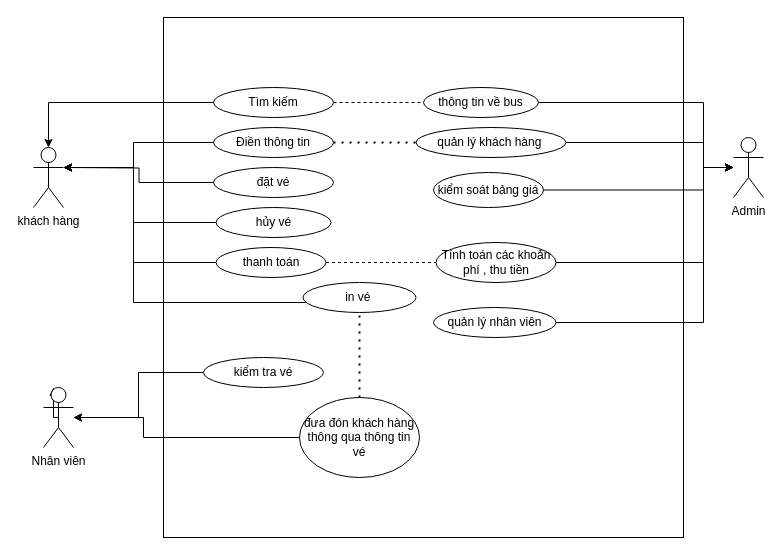
Above: Untitled Diagram.drawio in nguyennhan1998/group1-sem3 (draw.io), before the change. Source tidied: cells renumbered, new cells numbered last; positions are measured from the earlier drawing's top-left corner, leaving out a move shared by most shapes. Both pictures are drawn from the tidied source at 100%, with x=0, y=0 at pixel (33, 17).
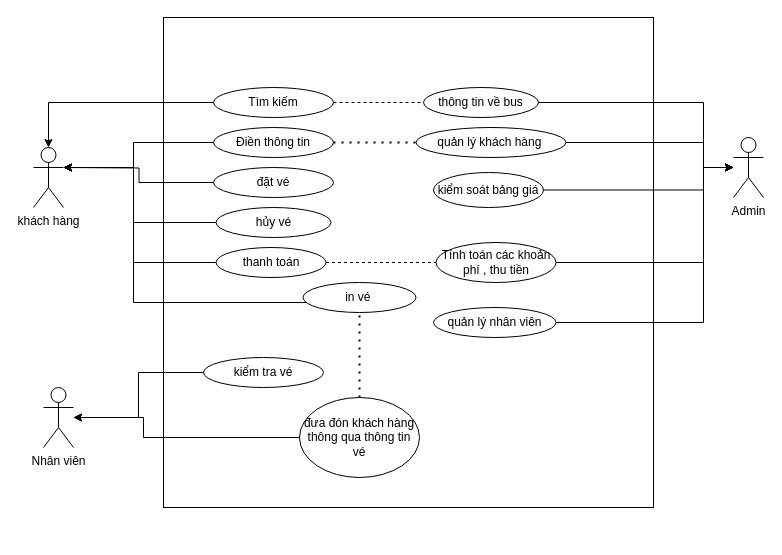
The same page after the edit.

Unchanged cells that the change refers to:
```xml
<mxCell id="8" value="Nhân viên&lt;br&gt;" style="shape=umlActor;verticalLabelPosition=bottom;verticalAlign=top;html=1;outlineConnect=0;" parent="1" vertex="1">
  <mxGeometry x="10" y="370" width="30" height="60" as="geometry" />
</mxCell>
```

Diff of the diagram source:
```diff
@@
     <mxCell id="2" style="whiteSpace=wrap;html=1;" parent="1" vertex="1">
-      <mxGeometry x="130" width="520" height="520" as="geometry" />
+      <mxGeometry x="130" width="490" height="490" as="geometry" />
     </mxCell>
@@
-    <mxCell id="7" style="edgeStyle=orthogonalEdgeStyle;rounded=0;jettySize=auto;html=1;exitX=0.5;exitY=0.5;exitDx=0;exitDy=0;exitPerimeter=0;" parent="1" edge="1" source="8">
-      <mxGeometry relative="1" as="geometry">
-        <mxPoint x="20" y="370" as="targetPoint" />
-      </mxGeometry>
-    </mxCell>
```
